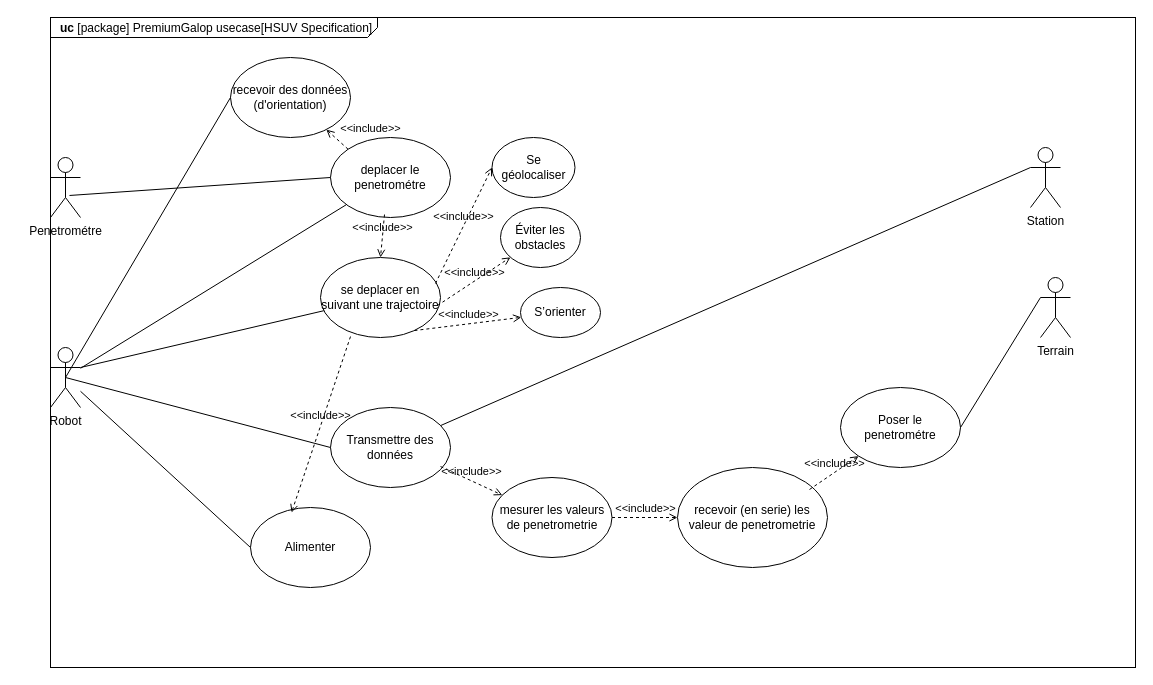
Before: SYSML/UC deplacement.drawio in ToGen49/Hippodrome, a draw.io diagram. Source tidied: cells renumbered, new cells numbered last; positions are measured from the earlier drawing's top-left corner, leaving out a move shared by most shapes. Both pictures are drawn from the tidied source at 100%, with x=0, y=0 at pixel (50, 17).
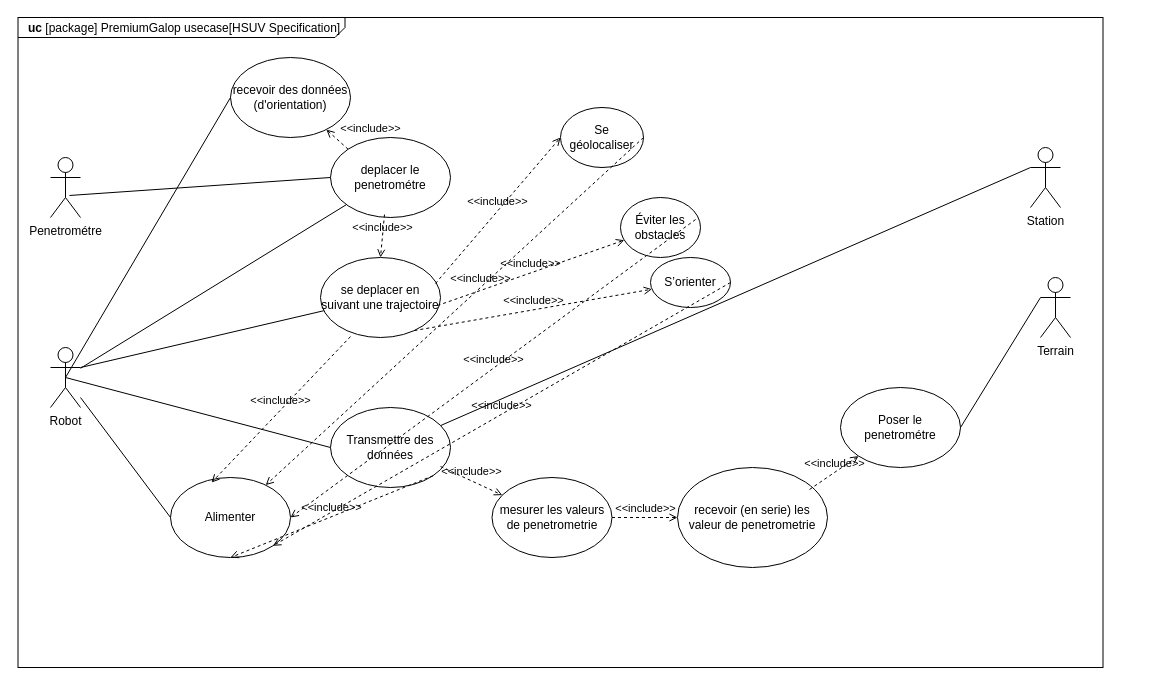
The same page after the edit.

Commit message:
Mettre à jour UC deplacement.drawio

Unchanged cells that the change refers to:
```xml
<mxCell id="14" value="Transmettre des données" style="ellipse;whiteSpace=wrap;html=1;" parent="1" vertex="1">
  <mxGeometry x="280" y="390" width="120" height="80" as="geometry" />
</mxCell>
```

Diff of the diagram source:
```diff
@@
     <mxCell id="2" value="&lt;p style=&quot;margin: 0px ; margin-top: 4px ; margin-left: 10px ; text-align: left&quot;&gt;&lt;b&gt;uc&lt;/b&gt; [package] PremiumGalop usecase[HSUV Specification]&lt;/p&gt;" style="html=1;strokeWidth=1;shape=mxgraph.sysml.package;html=1;overflow=fill;whiteSpace=wrap;fillColor=none;gradientColor=none;fontSize=12;align=center;labelX=327.64;" parent="1" vertex="1">
-      <mxGeometry width="1085" height="650" as="geometry" />
+      <mxGeometry x="-32.5" width="1085" height="650" as="geometry" />
     </mxCell>
@@
     <mxCell id="7" value="Alimenter" style="ellipse;whiteSpace=wrap;html=1;" parent="1" vertex="1">
-      <mxGeometry x="200" y="490" width="120" height="80" as="geometry" />
+      <mxGeometry x="120" y="460" width="120" height="80" as="geometry" />
     </mxCell>
@@
     <mxCell id="12" value="Se géolocaliser" style="ellipse;whiteSpace=wrap;html=1;" parent="1" vertex="1">
-      <mxGeometry x="441.5" y="120" width="83" height="60" as="geometry" />
+      <mxGeometry x="510" y="90" width="83" height="60" as="geometry" />
     </mxCell>
     <mxCell id="13" value="S’orienter" style="ellipse;whiteSpace=wrap;html=1;" parent="1" vertex="1">
-      <mxGeometry x="470" y="270" width="80" height="50" as="geometry" />
+      <mxGeometry x="600" y="240" width="80" height="50" as="geometry" />
     </mxCell>
@@
     <mxCell id="15" value="Éviter les obstacles" style="ellipse;whiteSpace=wrap;html=1;" parent="1" vertex="1">
-      <mxGeometry x="450" y="190" width="80" height="60" as="geometry" />
+      <mxGeometry x="570" y="180" width="80" height="60" as="geometry" />
     </mxCell>
@@
+    <mxCell id="35" value="&amp;lt;&amp;lt;include&amp;gt;&amp;gt;" style="edgeStyle=none;html=1;endArrow=open;verticalAlign=bottom;dashed=1;labelBackgroundColor=none;rounded=0;exitX=1;exitY=0.5;exitDx=0;exitDy=0;" parent="1" edge="1" source="12" target="7">
+      <mxGeometry x="-0.14" relative="1" as="geometry" />
+    </mxCell>
+    <mxCell id="36" value="&amp;lt;&amp;lt;include&amp;gt;&amp;gt;" style="edgeStyle=none;html=1;endArrow=open;verticalAlign=bottom;dashed=1;labelBackgroundColor=none;rounded=0;exitX=0.938;exitY=0.367;exitDx=0;exitDy=0;exitPerimeter=0;entryX=1;entryY=0.5;entryDx=0;entryDy=0;" parent="1" edge="1" source="15" target="7">
+      <mxGeometry relative="1" as="geometry" />
+    </mxCell>
+    <mxCell id="37" value="&amp;lt;&amp;lt;include&amp;gt;&amp;gt;" style="edgeStyle=none;html=1;endArrow=open;verticalAlign=bottom;dashed=1;labelBackgroundColor=none;rounded=0;exitX=1;exitY=0.5;exitDx=0;exitDy=0;entryX=1;entryY=1;entryDx=0;entryDy=0;" parent="1" edge="1" source="13" target="7">
+      <mxGeometry relative="1" as="geometry" />
+    </mxCell>
+    <mxCell id="38" value="&amp;lt;&amp;lt;include&amp;gt;&amp;gt;" style="edgeStyle=none;html=1;endArrow=open;verticalAlign=bottom;dashed=1;labelBackgroundColor=none;rounded=0;exitX=1;exitY=1;exitDx=0;exitDy=0;entryX=0.5;entryY=1;entryDx=0;entryDy=0;" parent="1" edge="1" source="14" target="7">
+      <mxGeometry relative="1" as="geometry" />
+    </mxCell>
```
